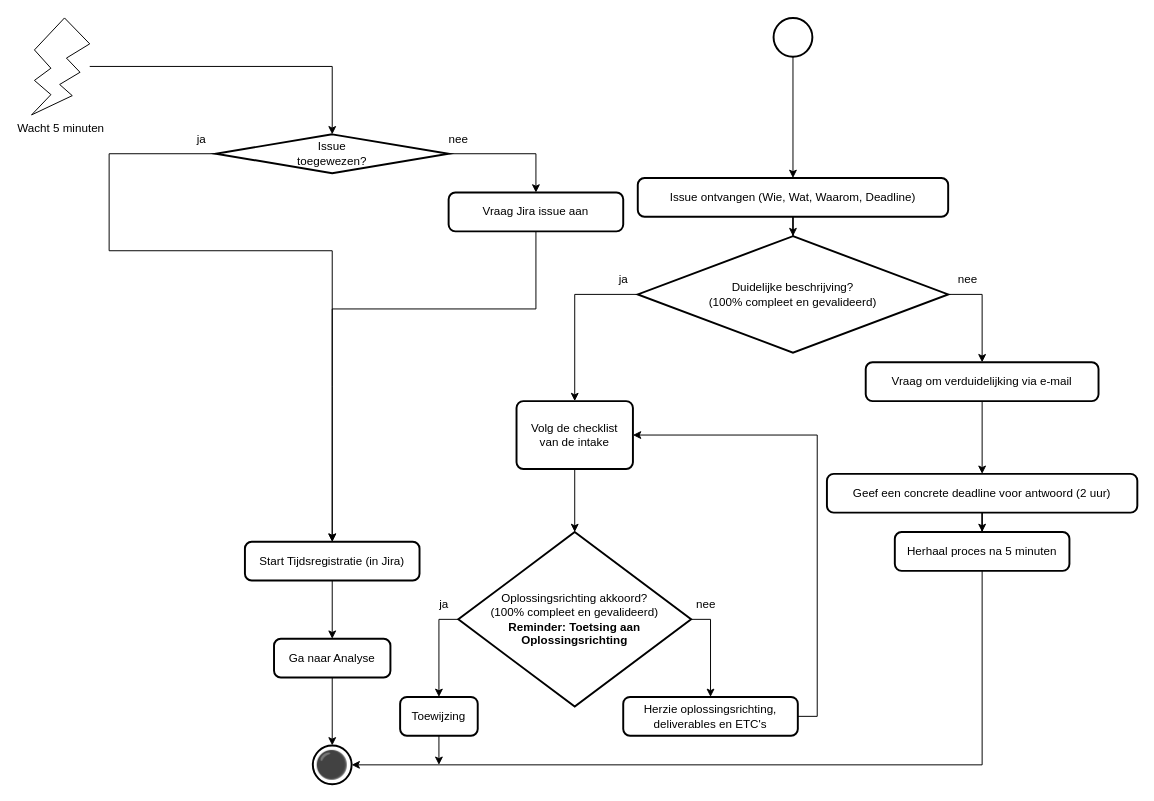
Earlier version of the draw.io diagram 1 Issue Tracker intake.drawio (Zaibatsu89/IssueTracker). Source tidied: cells renumbered, new cells numbered last; positions are measured from the earlier drawing's top-left corner, leaving out a move shared by most shapes. Both pictures are drawn from the tidied source at 97%, with x=0, y=0 at pixel (31, 17).
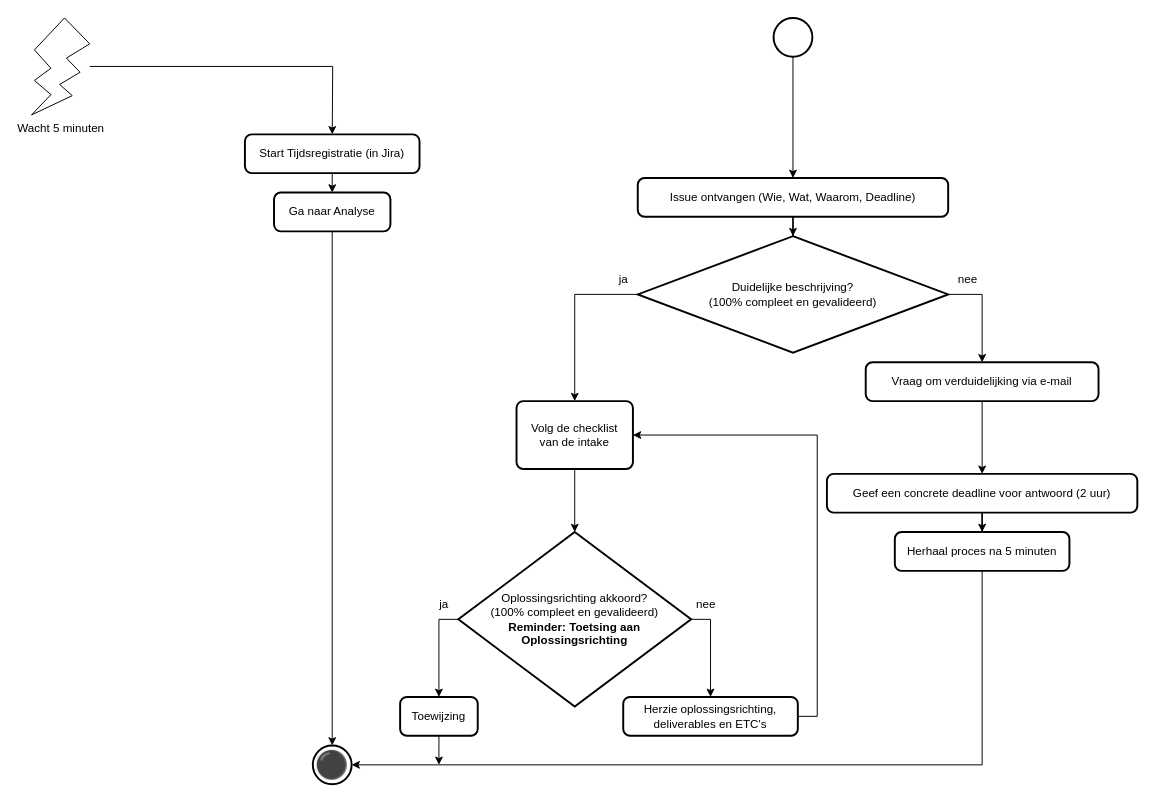
The same page after the edit.

Commit message:
"Issue toegewezen" weghalen in intake flowcharts

Unchanged cells that the change refers to:
```xml
<mxCell id="31" value="Wacht 5 minuten" style="verticalLabelPosition=bottom;verticalAlign=top;html=1;shape=mxgraph.basic.flash;" parent="1" vertex="1">
  <mxGeometry width="60" height="100" as="geometry" />
</mxCell>
```

What changed in the source:
```diff
@@
-    <mxCell id="16" style="edgeStyle=orthogonalEdgeStyle;rounded=0;jettySize=auto;html=1;" parent="1" edge="1" source="17">
-      <mxGeometry relative="1" as="geometry">
-        <mxPoint x="310" y="540" as="targetPoint" />
-        <Array as="points">
-          <mxPoint x="520" y="300" />
-          <mxPoint x="310" y="300" />
-          <mxPoint x="310" y="380" />
-        </Array>
-      </mxGeometry>
-    </mxCell>
-    <mxCell id="17" value="Vraag Jira issue aan" style="rounded=1;whiteSpace=wrap;html=1;absoluteArcSize=1;arcSize=14;strokeWidth=2;" parent="1" vertex="1">
-      <mxGeometry x="430" y="180" width="180" height="40" as="geometry" />
-    </mxCell>
-    <mxCell id="18" value="ja" style="text;html=1;align=center;verticalAlign=middle;strokeColor=none;fillColor=none;" parent="1" vertex="1">
-      <mxGeometry x="160" y="110" width="30" height="30" as="geometry" />
-    </mxCell>
@@
     <mxCell id="20" value="Start Tijdsregistratie (in Jira)" style="rounded=1;whiteSpace=wrap;html=1;absoluteArcSize=1;arcSize=14;strokeWidth=2;" parent="1" vertex="1">
-      <mxGeometry x="220" y="540" width="180" height="40" as="geometry" />
+      <mxGeometry x="220" y="120" width="180" height="40" as="geometry" />
     </mxCell>
-    <mxCell id="21" style="edgeStyle=orthogonalEdgeStyle;rounded=0;jettySize=auto;html=1;exitX=0;exitY=0.5;exitDx=0;exitDy=0;exitPerimeter=0;entryX=0.5;entryY=0;entryDx=0;entryDy=0;" parent="1" edge="1" source="24" target="20">
-      <mxGeometry relative="1" as="geometry">
-        <Array as="points">
-          <mxPoint x="80" y="140" />
-          <mxPoint x="80" y="240" />
-          <mxPoint x="310" y="240" />
-        </Array>
-      </mxGeometry>
-    </mxCell>
@@
-    <mxCell id="23" style="edgeStyle=orthogonalEdgeStyle;rounded=0;jettySize=auto;html=1;exitX=1;exitY=0.5;exitDx=0;exitDy=0;exitPerimeter=0;entryX=0.5;entryY=0;entryDx=0;entryDy=0;" parent="1" edge="1" source="24" target="17">
-      <mxGeometry relative="1" as="geometry" />
-    </mxCell>
-    <mxCell id="24" value="Issue&lt;br&gt;toegewezen?" style="strokeWidth=2;html=1;shape=mxgraph.flowchart.decision;whiteSpace=wrap;" parent="1" vertex="1">
-      <mxGeometry x="190" y="120" width="240" height="40" as="geometry" />
-    </mxCell>
-    <mxCell id="25" style="edgeStyle=orthogonalEdgeStyle;rounded=0;orthogonalLoop=1;jettySize=auto;html=1;exitX=0.5;exitY=1;exitDx=0;exitDy=0;exitPerimeter=0;" parent="1" edge="1" source="24" target="24">
-      <mxGeometry relative="1" as="geometry" />
+    <mxCell id="25" style="edgeStyle=orthogonalEdgeStyle;rounded=0;orthogonalLoop=1;jettySize=auto;html=1;exitX=0.5;exitY=1;exitDx=0;exitDy=0;exitPerimeter=0;" parent="1" edge="1">
+      <mxGeometry relative="1" as="geometry">
+        <mxPoint x="310" y="160" as="sourcePoint" />
+        <mxPoint x="310" y="160" as="targetPoint" />
+      </mxGeometry>
     </mxCell>
@@
-    <mxCell id="27" value="nee" style="text;html=1;align=center;verticalAlign=middle;strokeColor=none;fillColor=none;" parent="1" vertex="1">
-      <mxGeometry x="420" y="110" width="40" height="30" as="geometry" />
-    </mxCell>
@@
-    <mxCell id="32" style="edgeStyle=orthogonalEdgeStyle;rounded=0;jettySize=auto;html=1;entryX=0.5;entryY=0;entryDx=0;entryDy=0;entryPerimeter=0;" parent="1" edge="1" source="31" target="24">
-      <mxGeometry relative="1" as="geometry" />
+    <mxCell id="32" style="edgeStyle=orthogonalEdgeStyle;rounded=0;jettySize=auto;html=1;entryX=0.5;entryY=0;entryDx=0;entryDy=0;entryPerimeter=0;" parent="1" edge="1" source="31">
+      <mxGeometry relative="1" as="geometry">
+        <mxPoint x="310" y="120" as="targetPoint" />
+      </mxGeometry>
     </mxCell>
     <mxCell id="33" value="Ga naar Analyse" style="rounded=1;whiteSpace=wrap;html=1;absoluteArcSize=1;arcSize=14;strokeWidth=2;" parent="1" vertex="1">
-      <mxGeometry x="250" y="640" width="120" height="40" as="geometry" />
+      <mxGeometry x="250" y="180" width="120" height="40" as="geometry" />
     </mxCell>
```
